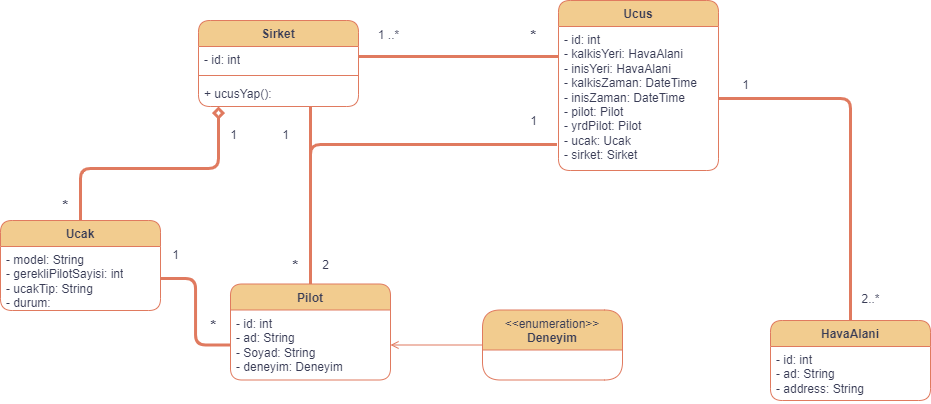
Earlier version of the draw.io export Ucus_Yonetim_Sistemi.png (vahdetsavci/Ucus_Yonetim_Sistemi). Source tidied: cells renumbered, new cells last; positions are measured from the earlier drawing's top-left corner, leaving out a move shared by most shapes. Its diagram source:
```xml
<mxGraphModel background="#FFFFFF">
  <root>
    <mxCell id="0" />
    <mxCell id="1" parent="0" />
    <mxCell id="2" value="Sirket" style="swimlane;fontStyle=1;align=center;verticalAlign=top;horizontal=1;startSize=26;whiteSpace=wrap;html=1;rounded=1;fillColor=#F2CC8F;swimlaneFillColor=#FFFFFF;labelBackgroundColor=none;strokeColor=#E07A5F;fontColor=#393C56;" parent="1" vertex="1">
      <mxGeometry x="198" y="20" width="160" height="86" as="geometry" />
    </mxCell>
    <mxCell id="3" value="- id: int" style="text;strokeColor=none;fillColor=none;align=left;verticalAlign=top;spacingLeft=4;spacingRight=4;overflow=hidden;points=[[0,0.5],[1,0.5]];portConstraint=eastwest;whiteSpace=wrap;html=1;swimlaneFillColor=#FFFFFF;labelBackgroundColor=none;fontColor=#393C56;rounded=1;" parent="2" vertex="1">
      <mxGeometry y="26" width="160" height="24" as="geometry" />
    </mxCell>
    <mxCell id="4" style="line;strokeWidth=1;fillColor=none;align=left;verticalAlign=middle;spacingTop=-1;spacingLeft=3;spacingRight=3;labelPosition=right;strokeColor=#E07A5F;rounded=1;swimlaneFillColor=#FFFFFF;labelBackgroundColor=none;fontColor=#393C56;" parent="2" vertex="1">
      <mxGeometry y="50" width="160" height="10" as="geometry" />
    </mxCell>
    <mxCell id="5" value="+ ucusYap():&amp;nbsp;" style="text;strokeColor=none;fillColor=none;align=left;verticalAlign=top;spacingLeft=4;spacingRight=4;overflow=hidden;points=[[0,0.5],[1,0.5]];portConstraint=eastwest;whiteSpace=wrap;html=1;swimlaneFillColor=#FFFFFF;labelBackgroundColor=none;fontColor=#393C56;rounded=1;" parent="2" vertex="1">
      <mxGeometry y="60" width="160" height="26" as="geometry" />
    </mxCell>
    <mxCell id="6" style="edgeStyle=orthogonalEdgeStyle;rounded=1;jettySize=auto;html=1;endArrow=diamond;endFill=0;strokeWidth=3;labelBackgroundColor=none;strokeColor=#E07A5F;fontColor=default;" parent="1" edge="1" source="7" target="5">
      <mxGeometry relative="1" as="geometry">
        <Array as="points">
          <mxPoint x="218" y="168" />
        </Array>
      </mxGeometry>
    </mxCell>
    <mxCell id="7" value="Ucak" style="swimlane;fontStyle=1;align=center;verticalAlign=top;horizontal=1;startSize=26;whiteSpace=wrap;html=1;rounded=1;fillColor=#F2CC8F;swimlaneFillColor=#FFFFFF;labelBackgroundColor=none;strokeColor=#E07A5F;fontColor=#393C56;" parent="1" vertex="1">
      <mxGeometry y="220" width="160" height="90" as="geometry" />
    </mxCell>
    <mxCell id="8" value="- model: String&lt;br&gt;- gerekliPilotSayisi: int&lt;br&gt;- ucakTip: String&lt;br&gt;- durum:" style="text;strokeColor=none;fillColor=none;align=left;verticalAlign=top;spacingLeft=4;spacingRight=4;overflow=hidden;points=[[0,0.5],[1,0.5]];portConstraint=eastwest;whiteSpace=wrap;html=1;swimlaneFillColor=#FFFFFF;labelBackgroundColor=none;fontColor=#393C56;rounded=1;" parent="7" vertex="1">
      <mxGeometry y="26" width="160" height="64" as="geometry" />
    </mxCell>
    <mxCell id="9" value="Ucus" style="swimlane;fontStyle=1;align=center;verticalAlign=top;horizontal=1;startSize=26;whiteSpace=wrap;html=1;rounded=1;fillColor=#F2CC8F;swimlaneFillColor=#FFFFFF;labelBackgroundColor=none;strokeColor=#E07A5F;fontColor=#393C56;" parent="1" vertex="1">
      <mxGeometry x="558" width="160" height="170" as="geometry" />
    </mxCell>
    <mxCell id="10" value="- id: int&lt;br&gt;- kalkisYeri: HavaAlani&lt;br&gt;- inisYeri: HavaAlani&lt;br&gt;- kalkisZaman: DateTime&lt;br&gt;- inisZaman: DateTime&lt;br&gt;- pilot: Pilot&lt;br&gt;- yrdPilot: Pilot&lt;br&gt;- ucak: Ucak&lt;br&gt;- sirket: Sirket" style="text;strokeColor=none;fillColor=none;align=left;verticalAlign=top;spacingLeft=4;spacingRight=4;overflow=hidden;points=[[0,0.5],[1,0.5]];portConstraint=eastwest;whiteSpace=wrap;html=1;swimlaneFillColor=#FFFFFF;labelBackgroundColor=none;fontColor=#393C56;rounded=1;" parent="9" vertex="1">
      <mxGeometry y="26" width="160" height="144" as="geometry" />
    </mxCell>
    <mxCell id="11" value="HavaAlani" style="swimlane;fontStyle=1;align=center;verticalAlign=top;horizontal=1;startSize=26;whiteSpace=wrap;html=1;rounded=1;fillColor=#F2CC8F;swimlaneFillColor=#FFFFFF;labelBackgroundColor=none;strokeColor=#E07A5F;fontColor=#393C56;" parent="1" vertex="1">
      <mxGeometry x="770" y="320" width="160" height="80" as="geometry" />
    </mxCell>
    <mxCell id="12" value="- id: int&lt;br&gt;- ad: String&lt;br&gt;- address: String" style="text;strokeColor=none;fillColor=none;align=left;verticalAlign=top;spacingLeft=4;spacingRight=4;overflow=hidden;whiteSpace=wrap;html=1;swimlaneFillColor=#FFFFFF;labelBackgroundColor=none;fontColor=#393C56;rounded=1;" parent="11" vertex="1">
      <mxGeometry y="26" width="160" height="54" as="geometry" />
    </mxCell>
    <mxCell id="13" style="edgeStyle=orthogonalEdgeStyle;rounded=1;jettySize=auto;html=1;endArrow=none;endFill=0;strokeWidth=3;labelBackgroundColor=none;strokeColor=#E07A5F;fontColor=default;" parent="1" edge="1" source="3" target="10">
      <mxGeometry relative="1" as="geometry">
        <Array as="points">
          <mxPoint x="448" y="56" />
          <mxPoint x="448" y="56" />
        </Array>
      </mxGeometry>
    </mxCell>
    <mxCell id="14" value="1 ..*" style="text;html=1;align=center;verticalAlign=middle;strokeColor=none;fillColor=none;labelBackgroundColor=none;fontColor=#393C56;rounded=1;" parent="1" vertex="1">
      <mxGeometry x="368" y="20" width="40" height="30" as="geometry" />
    </mxCell>
    <mxCell id="15" value="1" style="text;html=1;align=center;verticalAlign=middle;strokeColor=none;fillColor=none;labelBackgroundColor=none;fontColor=#393C56;rounded=1;" parent="1" vertex="1">
      <mxGeometry x="218" y="120" width="30" height="30" as="geometry" />
    </mxCell>
    <mxCell id="16" value="&lt;b&gt;&lt;font style=&quot;font-size: 15px;&quot;&gt;*&lt;/font&gt;&lt;/b&gt;" style="text;html=1;align=center;verticalAlign=middle;strokeColor=none;fillColor=none;labelBackgroundColor=none;fontColor=#393C56;rounded=1;" parent="1" vertex="1">
      <mxGeometry x="50" y="190" width="30" height="30" as="geometry" />
    </mxCell>
    <mxCell id="17" value="&lt;b&gt;&lt;font style=&quot;font-size: 15px;&quot;&gt;*&lt;/font&gt;&lt;/b&gt;" style="text;html=1;align=center;verticalAlign=middle;strokeColor=none;fillColor=none;labelBackgroundColor=none;fontColor=#393C56;rounded=1;" parent="1" vertex="1">
      <mxGeometry x="518" y="20" width="30" height="30" as="geometry" />
    </mxCell>
    <mxCell id="18" value="1" style="text;html=1;align=center;verticalAlign=middle;strokeColor=none;fillColor=none;fontColor=#393C56;rounded=1;" parent="1" vertex="1">
      <mxGeometry x="730" y="70" width="30" height="30" as="geometry" />
    </mxCell>
    <mxCell id="19" value="2..*" style="text;html=1;align=center;verticalAlign=middle;strokeColor=none;fillColor=none;fontColor=#393C56;rounded=1;" parent="1" vertex="1">
      <mxGeometry x="850" y="283.5" width="40" height="30" as="geometry" />
    </mxCell>
    <mxCell id="20" value="1" style="text;html=1;align=center;verticalAlign=middle;strokeColor=none;fillColor=none;fontColor=#393C56;rounded=1;" parent="1" vertex="1">
      <mxGeometry x="518" y="106" width="30" height="30" as="geometry" />
    </mxCell>
    <mxCell id="21" value="2" style="text;html=1;align=center;verticalAlign=middle;strokeColor=none;fillColor=none;fontColor=#393C56;rounded=1;" parent="1" vertex="1">
      <mxGeometry x="310" y="250" width="30" height="30" as="geometry" />
    </mxCell>
    <mxCell id="22" style="edgeStyle=orthogonalEdgeStyle;rounded=1;jettySize=auto;html=1;entryX=-0.009;entryY=0.819;entryDx=0;entryDy=0;entryPerimeter=0;strokeColor=#E07A5F;fontColor=#393C56;fillColor=#F2CC8F;fontSize=22;strokeWidth=3;endArrow=none;endFill=0;" parent="1" edge="1" source="31" target="10">
      <mxGeometry relative="1" as="geometry" />
    </mxCell>
    <mxCell id="23" style="edgeStyle=orthogonalEdgeStyle;rounded=1;jettySize=auto;html=1;strokeColor=#E07A5F;fontColor=#393C56;fillColor=#F2CC8F;fontSize=22;strokeWidth=3;endArrow=none;endFill=0;" parent="1" edge="1" source="31" target="5">
      <mxGeometry relative="1" as="geometry">
        <Array as="points">
          <mxPoint x="310" y="140" />
          <mxPoint x="310" y="140" />
        </Array>
      </mxGeometry>
    </mxCell>
    <mxCell id="24" value="1" style="text;html=1;align=center;verticalAlign=middle;strokeColor=none;fillColor=none;labelBackgroundColor=none;fontColor=#393C56;rounded=1;" parent="1" vertex="1">
      <mxGeometry x="270" y="120" width="30" height="30" as="geometry" />
    </mxCell>
    <mxCell id="25" value="&lt;b&gt;&lt;font style=&quot;font-size: 15px;&quot;&gt;*&lt;/font&gt;&lt;/b&gt;" style="text;html=1;align=center;verticalAlign=middle;strokeColor=none;fillColor=none;labelBackgroundColor=none;fontColor=#393C56;rounded=1;" parent="1" vertex="1">
      <mxGeometry x="280" y="250" width="30" height="30" as="geometry" />
    </mxCell>
    <mxCell id="26" style="edgeStyle=orthogonalEdgeStyle;rounded=1;jettySize=auto;html=1;exitX=1;exitY=0.5;exitDx=0;exitDy=0;entryX=0.5;entryY=0;entryDx=0;entryDy=0;strokeColor=#E07A5F;fontColor=#393C56;fillColor=#F2CC8F;strokeWidth=3;endArrow=none;endFill=0;" parent="1" edge="1" source="10" target="11">
      <mxGeometry relative="1" as="geometry" />
    </mxCell>
    <mxCell id="27" style="edgeStyle=orthogonalEdgeStyle;rounded=1;jettySize=auto;html=1;entryX=1;entryY=0.5;entryDx=0;entryDy=0;strokeColor=#E07A5F;fontColor=#393C56;fillColor=#F2CC8F;strokeWidth=3;endArrow=none;endFill=0;" parent="1" edge="1" source="32" target="8">
      <mxGeometry relative="1" as="geometry" />
    </mxCell>
    <mxCell id="28" value="1" style="text;html=1;align=center;verticalAlign=middle;strokeColor=none;fillColor=none;labelBackgroundColor=none;fontColor=#393C56;rounded=1;" parent="1" vertex="1">
      <mxGeometry x="160" y="240" width="30" height="30" as="geometry" />
    </mxCell>
    <mxCell id="29" value="&lt;b&gt;&lt;font style=&quot;font-size: 15px;&quot;&gt;*&lt;/font&gt;&lt;/b&gt;" style="text;html=1;align=center;verticalAlign=middle;strokeColor=none;fillColor=none;labelBackgroundColor=none;fontColor=#393C56;rounded=1;" parent="1" vertex="1">
      <mxGeometry x="198" y="310" width="30" height="30" as="geometry" />
    </mxCell>
    <mxCell id="30" value="&amp;lt;&amp;lt;enumeration&amp;gt;&amp;gt;&lt;br&gt;&lt;b&gt;Deneyim&lt;/b&gt;" style="swimlane;fontStyle=0;align=center;verticalAlign=top;horizontal=1;startSize=40;html=1;whiteSpace=wrap;labelBackgroundColor=none;fillColor=#F2CC8F;strokeColor=#E07A5F;fontColor=#393C56;rounded=1;" parent="1" vertex="1">
      <mxGeometry x="482" y="309.5" width="140" height="70" as="geometry" />
    </mxCell>
    <mxCell id="31" value="Pilot" style="swimlane;fontStyle=1;align=center;verticalAlign=top;horizontal=1;startSize=26;whiteSpace=wrap;html=1;rounded=1;fillColor=#F2CC8F;swimlaneFillColor=#FFFFFF;labelBackgroundColor=none;strokeColor=#E07A5F;fontColor=#393C56;" parent="1" vertex="1">
      <mxGeometry x="230" y="283.5" width="160" height="96" as="geometry" />
    </mxCell>
    <mxCell id="32" value="- id: int&lt;br&gt;- ad: String&lt;br&gt;- Soyad: String&lt;br&gt;- deneyim: Deneyim" style="text;strokeColor=none;fillColor=none;align=left;verticalAlign=top;spacingLeft=4;spacingRight=4;overflow=hidden;points=[[0,0.5],[1,0.5]];portConstraint=eastwest;whiteSpace=wrap;html=1;swimlaneFillColor=#FFFFFF;labelBackgroundColor=none;fontColor=#393C56;rounded=1;" parent="31" vertex="1">
      <mxGeometry y="26" width="160" height="70" as="geometry" />
    </mxCell>
    <mxCell id="33" style="edgeStyle=orthogonalEdgeStyle;rounded=1;jettySize=auto;html=1;endArrow=open;endFill=0;labelBackgroundColor=none;strokeColor=#E07A5F;fontColor=default;fontSize=17;" parent="1" edge="1" source="30" target="32">
      <mxGeometry relative="1" as="geometry" />
    </mxCell>
  </root>
</mxGraphModel>
```
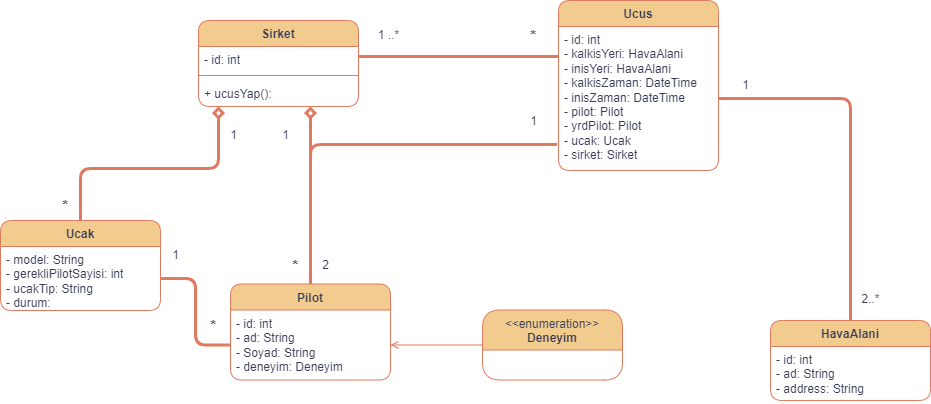
After the change.

Change to the diagram source:
```diff
@@ -74,7 +74,7 @@
     <mxCell id="22" style="edgeStyle=orthogonalEdgeStyle;rounded=1;jettySize=auto;html=1;entryX=-0.009;entryY=0.819;entryDx=0;entryDy=0;entryPerimeter=0;strokeColor=#E07A5F;fontColor=#393C56;fillColor=#F2CC8F;fontSize=22;strokeWidth=3;endArrow=none;endFill=0;" parent="1" edge="1" source="31" target="10">
       <mxGeometry relative="1" as="geometry" />
     </mxCell>
-    <mxCell id="23" style="edgeStyle=orthogonalEdgeStyle;rounded=1;jettySize=auto;html=1;strokeColor=#E07A5F;fontColor=#393C56;fillColor=#F2CC8F;fontSize=22;strokeWidth=3;endArrow=none;endFill=0;" parent="1" edge="1" source="31" target="5">
+    <mxCell id="23" style="edgeStyle=orthogonalEdgeStyle;rounded=1;jettySize=auto;html=1;strokeColor=#E07A5F;fontColor=#393C56;fillColor=#F2CC8F;fontSize=22;strokeWidth=3;endArrow=diamond;endFill=0;" parent="1" edge="1" source="31" target="5">
       <mxGeometry relative="1" as="geometry">
         <Array as="points">
           <mxPoint x="310" y="140" />
```
